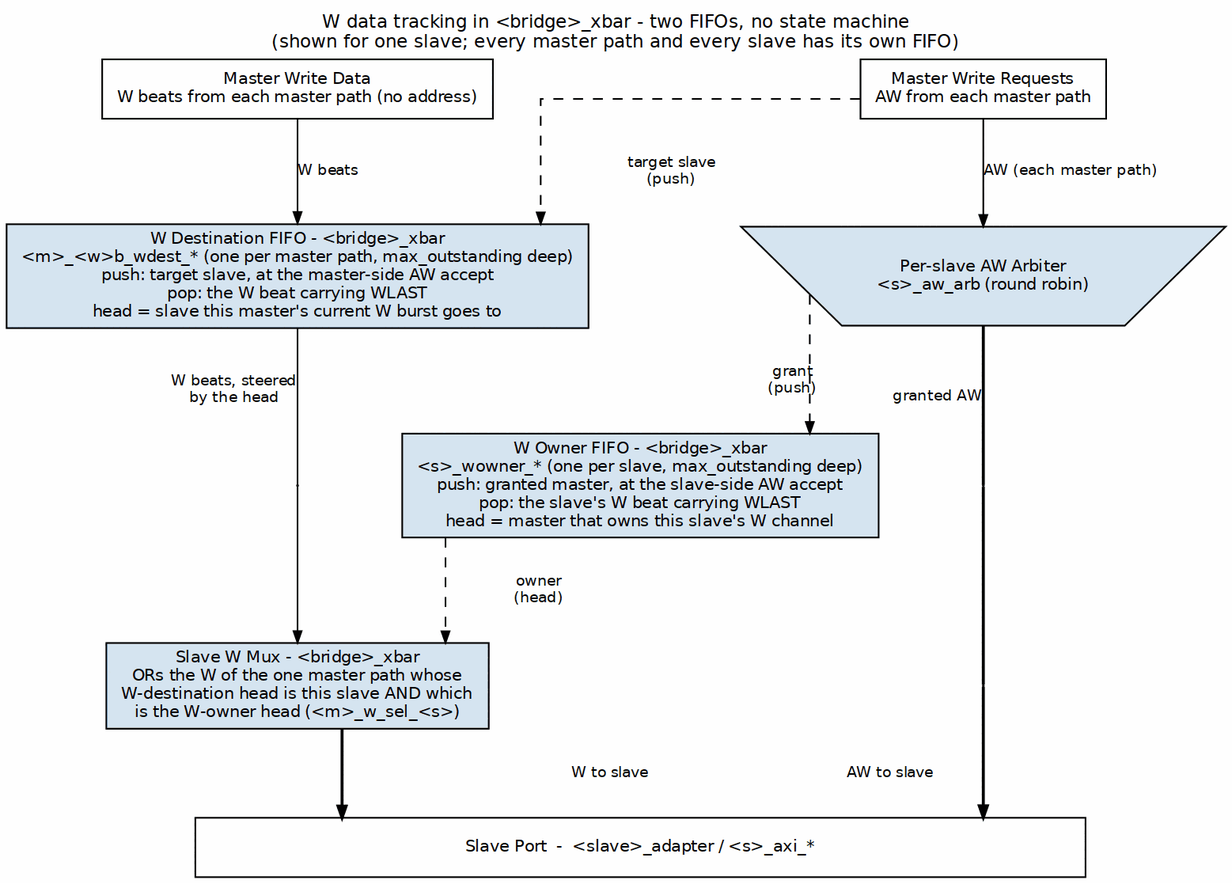
Above: projects/components/fabric-gen-ip/bridge/docs/bridge_mas/assets/graphviz/w_tracking.png in sean-galloway/RTLDesignSherpa (Graphviz), before the change. Its source is kept beside it as projects/components/fabric-gen-ip/bridge/docs/bridge_mas/assets/graphviz/w_tracking.dot.
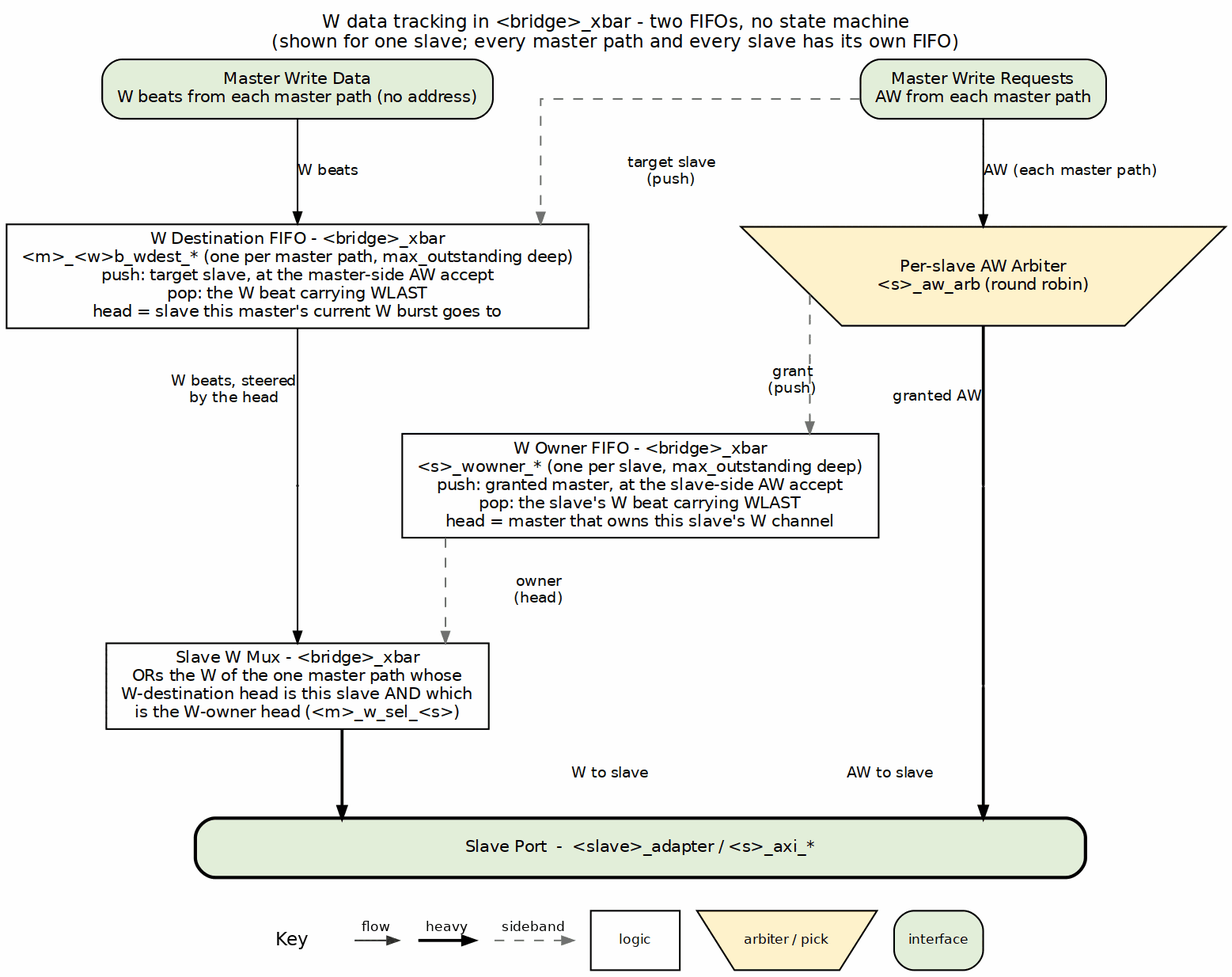
After the change.

Diff of the diagram source:
```diff
@@ -3,31 +3,31 @@
            nodesep="0.45", ranksep="0.60", splines=ortho, labelloc=t,
            label="W data tracking in <bridge>_xbar - two FIFOs, no state machine\n(shown for one slave; every master path and every slave has its own FIFO)"];
     node  [fontname="Helvetica", fontsize=10, shape=box, style=filled,
-           fillcolor="#D6E4F0", color="black", margin="0.12,0.06"];
+           fillcolor="white", color="black", margin="0.12,0.06"];
     edge  [fontname="Helvetica", fontsize=9, color="black", arrowsize=0.7];
 
-    pw [label="Master Write Data\nW beats from each master path (no address)", fillcolor="white", group=L];
-    pc [label="Master Write Requests\nAW from each master path", fillcolor="white", group=C];
+    pw [label="Master Write Data\nW beats from each master path (no address)", fillcolor="white", group=L, style="rounded,filled", fillcolor="#E2EFDA"];
+    pc [label="Master Write Requests\nAW from each master path", fillcolor="white", group=C, style="rounded,filled", fillcolor="#E2EFDA"];
     { rank=same; pw; pc; }
     pw -> pc [style=invis];
 
-    wdest [label="W Destination FIFO - <bridge>_xbar\n<m>_<w>b_wdest_* (one per master path, max_outstanding deep)\npush: target slave, at the master-side AW accept\npop: the W beat carrying WLAST\nhead = slave this master's current W burst goes to", group=L];
-    arb [shape=invtrapezium, width=3.2, label="Per-slave AW Arbiter\n<s>_aw_arb (round robin)", group=C];
+    wdest [label="W Destination FIFO - <bridge>_xbar\n<m>_<w>b_wdest_* (one per master path, max_outstanding deep)\npush: target slave, at the master-side AW accept\npop: the W beat carrying WLAST\nhead = slave this master's current W burst goes to", group=L, style="filled", fillcolor="white"];
+    arb [shape=invtrapezium, width=3.2, label="Per-slave AW Arbiter\n<s>_aw_arb (round robin)", group=C, style="filled", fillcolor="#FFF2CC"];
     { rank=same; wdest; arb; }
     wdest -> arb [style=invis];
 
     pl2 [shape=point, width=0.01, label="", group=L];
-    wown [label="W Owner FIFO - <bridge>_xbar\n<s>_wowner_* (one per slave, max_outstanding deep)\npush: granted master, at the slave-side AW accept\npop: the slave's W beat carrying WLAST\nhead = master that owns this slave's W channel", group=M];
+    wown [label="W Owner FIFO - <bridge>_xbar\n<s>_wowner_* (one per slave, max_outstanding deep)\npush: granted master, at the slave-side AW accept\npop: the slave's W beat carrying WLAST\nhead = master that owns this slave's W channel", group=M, style="filled", fillcolor="white"];
     pc2 [shape=point, width=0.01, label="", group=C];
     { rank=same; pl2; wown; pc2; }
     pl2 -> wown -> pc2 [style=invis];
 
-    wmux [label="Slave W Mux - <bridge>_xbar\nORs the W of the one master path whose\nW-destination head is this slave AND which\nis the W-owner head (<m>_w_sel_<s>)", group=L];
+    wmux [label="Slave W Mux - <bridge>_xbar\nORs the W of the one master path whose\nW-destination head is this slave AND which\nis the W-owner head (<m>_w_sel_<s>)", group=L, style="filled", fillcolor="white"];
     pc3 [shape=point, width=0.01, label="", group=C];
     { rank=same; wmux; pc3; }
     wmux -> pc3 [style=invis];
 
-    bar [label="Slave Port  -  <slave>_adapter / <s>_axi_*", fillcolor="white", width=7.5, group=M];
+    bar [label="Slave Port  -  <slave>_adapter / <s>_axi_*", fillcolor="white", width=7.5, group=M, style="rounded,filled,bold", fillcolor="#E2EFDA"];
 
     pw -> wdest [label="W beats"];
     wdest -> pl2 [dir=none, xlabel="W beats, steered\nby the head"];
@@ -39,7 +39,7 @@
     pc2 -> pc3 [dir=none, penwidth=1.8];
     pc3 -> bar [label="AW to slave", penwidth=1.8];
 
-    pc -> wdest [style=dashed, label="target slave\n(push)"];
-    arb -> wown [style=dashed, label="grant\n(push)"];
-    wown -> wmux [style=dashed, label="owner\n(head)"];
+    pc -> wdest [style=dashed, color="#777777", label="target slave\n(push)"];
+    arb -> wown [style=dashed, color="#777777", label="grant\n(push)"];
+    wown -> wmux [style=dashed, color="#777777", label="owner\n(head)"];
 }
```
